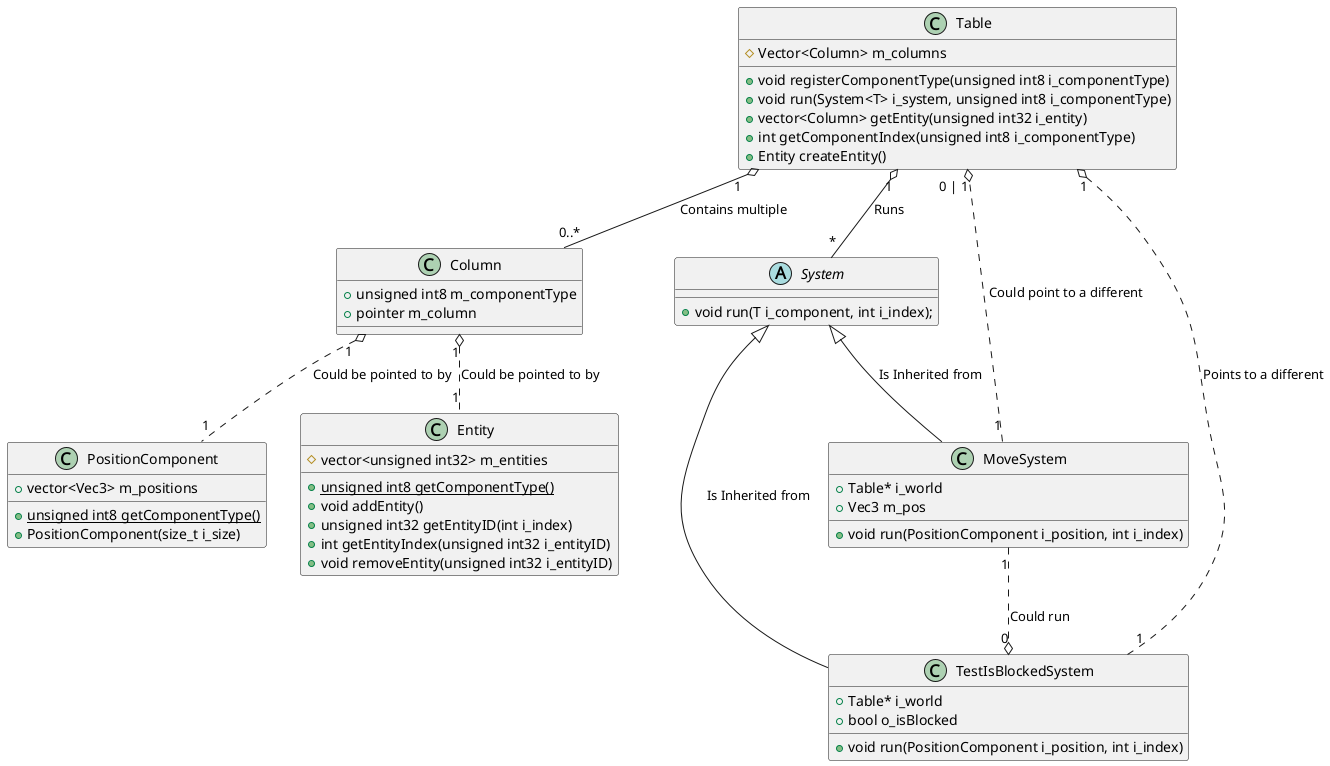
The PlantUML diagram ClassDiagram.png in NCCA/programming-assignment-supersliser, before a commit.
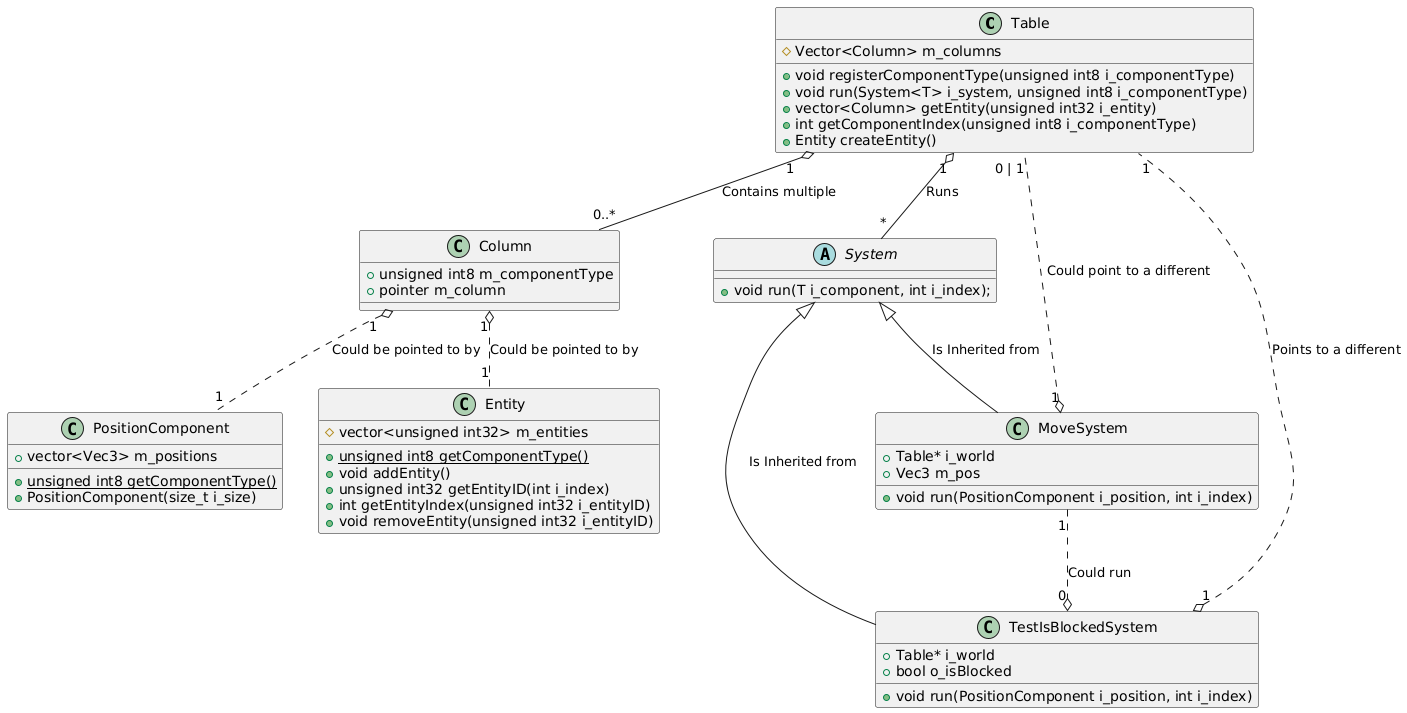
The same diagram one commit later.

Change to the diagram source:
```diff
@@ -53,8 +53,8 @@
 System <|-- MoveSystem : "Is Inherited from"
 Table "1" o-- "*" System : "Runs"
 System <|-- TestIsBlockedSystem : "Is Inherited from"
-TestIsBlockedSystem "1" ..o "1" Table : "Points to a different"
-MoveSystem "1" ..o "0 | 1" Table : "Could point to a different"
+TestIsBlockedSystem "1" o.. "1" Table : "Points to a different"
+MoveSystem "1" o.. "0 | 1" Table : "Could point to a different"
 MoveSystem "1" ..o "0" TestIsBlockedSystem : "Could run"
 
 @enduml
```
